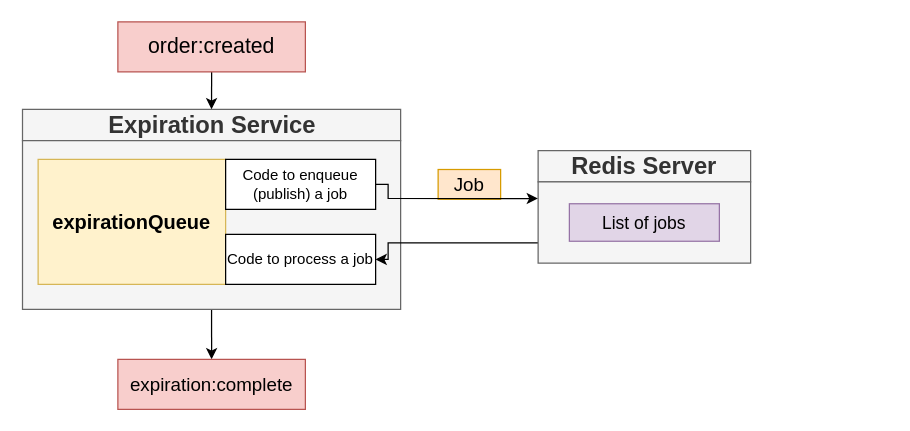
Above: page "10 - queue" (10 of 10) of diagrams/09/01.drawio in HappySuzuki/microservices-cast (draw.io), before the change. Source tidied: cells renumbered, new cells numbered last; positions are measured from the earlier drawing's top-left corner, leaving out a move shared by most shapes. Both pictures are drawn from the tidied source at 125%, with x=0, y=0 at pixel (22, 21).
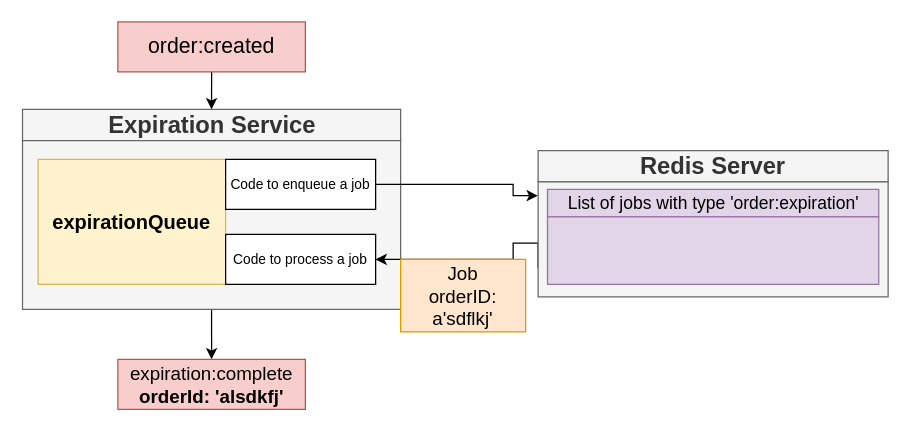
After the change.

The edit, as a diff of the source:
```diff
@@
-    <mxCell id="5" value="expiration:complete" style="rounded=0;whiteSpace=wrap;html=1;fontSize=15;fillColor=#f8cecc;strokeColor=#b85450;" parent="1" vertex="1">
+    <mxCell id="5" value="expiration:complete&lt;br&gt;&lt;b&gt;orderId: 'alsdkfj'&lt;/b&gt;" style="rounded=0;whiteSpace=wrap;html=1;fontSize=15;fillColor=#f8cecc;strokeColor=#b85450;" parent="1" vertex="1">
       <mxGeometry x="75.8" y="270" width="150" height="40" as="geometry" />
     </mxCell>
@@
     <mxCell id="8" value="Redis Server" style="rounded=0;whiteSpace=wrap;html=1;fontSize=19;fillColor=#f5f5f5;strokeColor=#666666;fontColor=#333333;fontStyle=1;" parent="1" vertex="1">
-      <mxGeometry x="412" y="103" width="170" height="25" as="geometry" />
+      <mxGeometry x="412" y="103" width="280" height="25" as="geometry" />
     </mxCell>
     <mxCell id="9" style="edgeStyle=orthogonalEdgeStyle;rounded=0;jettySize=auto;html=1;exitX=0;exitY=0.75;exitDx=0;exitDy=0;entryX=1;entryY=0.5;entryDx=0;entryDy=0;fontSize=12;" parent="1" edge="1" source="10" target="16">
       <mxGeometry relative="1" as="geometry">
         <Array as="points">
-          <mxPoint x="292" y="177" />
-          <mxPoint x="292" y="190" />
+          <mxPoint x="412" y="177" />
+          <mxPoint x="392" y="177" />
+          <mxPoint x="392" y="190" />
         </Array>
       </mxGeometry>
     </mxCell>
     <mxCell id="10" style="rounded=0;whiteSpace=wrap;html=1;fontSize=22;fillColor=#f5f5f5;strokeColor=#666666;fontColor=#333333;fontStyle=1;" parent="1" vertex="1">
-      <mxGeometry x="412" y="128" width="170" height="65" as="geometry" />
+      <mxGeometry x="412" y="128" width="280" height="92" as="geometry" />
     </mxCell>
-    <mxCell id="11" value="List of jobs" style="rounded=0;whiteSpace=wrap;html=1;fontSize=14;align=center;fillColor=#e1d5e7;strokeColor=#9673a6;" parent="1" vertex="1">
-      <mxGeometry x="437" y="145.5" width="120" height="30" as="geometry" />
+    <mxCell id="11" value="List of jobs with type 'order:expiration'" style="rounded=0;whiteSpace=wrap;html=1;fontSize=14;align=center;fillColor=#e1d5e7;strokeColor=#9673a6;" parent="1" vertex="1">
+      <mxGeometry x="419.5" y="134" width="265" height="22" as="geometry" />
     </mxCell>
@@
-    <mxCell id="13" value="Job" style="rounded=0;whiteSpace=wrap;html=1;fontSize=15;align=center;fillColor=#ffe6cc;strokeColor=#d79b00;fontStyle=0;" parent="1" vertex="1">
-      <mxGeometry x="332" y="118.1" width="50" height="23.8" as="geometry" />
-    </mxCell>
-    <mxCell id="14" style="edgeStyle=orthogonalEdgeStyle;rounded=0;jettySize=auto;html=1;exitX=1;exitY=0.5;exitDx=0;exitDy=0;entryX=-0.001;entryY=0.205;entryDx=0;entryDy=0;entryPerimeter=0;fontSize=12;" parent="1" edge="1" source="15" target="10">
+    <mxCell id="14" style="edgeStyle=orthogonalEdgeStyle;rounded=0;jettySize=auto;html=1;exitX=1;exitY=0.5;exitDx=0;exitDy=0;entryX=-0.001;entryY=0.12;entryDx=0;entryDy=0;entryPerimeter=0;fontSize=12;" parent="1" edge="1" source="15" target="10">
       <mxGeometry relative="1" as="geometry">
         <Array as="points">
-          <mxPoint x="292" y="130" />
-          <mxPoint x="292" y="141" />
+          <mxPoint x="392" y="130" />
+          <mxPoint x="392" y="139" />
         </Array>
       </mxGeometry>
     </mxCell>
-    <mxCell id="15" value="Code to enqueue (publish) a job" style="rounded=0;whiteSpace=wrap;html=1;fontSize=12;align=center;" parent="1" vertex="1">
+    <mxCell id="15" value="Code to enqueue a job" style="rounded=0;whiteSpace=wrap;html=1;fontSize=11;align=center;" parent="1" vertex="1">
       <mxGeometry x="162" y="110" width="120" height="40" as="geometry" />
     </mxCell>
-    <mxCell id="16" value="Code to process a job" style="rounded=0;whiteSpace=wrap;html=1;fontSize=12;align=center;" parent="1" vertex="1">
+    <mxCell id="16" value="Code to process a job" style="rounded=0;whiteSpace=wrap;html=1;fontSize=11;align=center;" parent="1" vertex="1">
       <mxGeometry x="162" y="170" width="120" height="40" as="geometry" />
     </mxCell>
+    <mxCell id="17" style="rounded=0;whiteSpace=wrap;html=1;fontSize=14;align=center;fillColor=#e1d5e7;strokeColor=#9673a6;" parent="1" vertex="1">
+      <mxGeometry x="419.5" y="156" width="265" height="54" as="geometry" />
+    </mxCell>
+    <mxCell id="13" value="Job&lt;br&gt;orderID: a'sdflkj'" style="rounded=0;whiteSpace=wrap;html=1;fontSize=15;align=center;fillColor=#ffe6cc;strokeColor=#d79b00;fontStyle=0;" parent="1" vertex="1">
+      <mxGeometry x="302" y="190" width="100" height="58" as="geometry" />
+    </mxCell>
```
